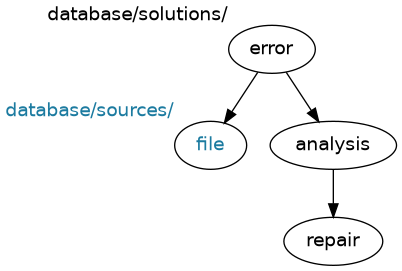
The Graphviz diagram docs/graphs/datamodel.dot.png in Digital-Preservation-Finland/knowledge-base, before a commit. Its source is kept beside it as docs/graphs/datamodel.dot.
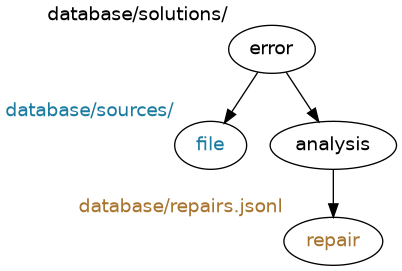
The same diagram one commit later.

Commit message:
Update data model image

Diff of the diagram source:
```diff
@@ -8,4 +8,5 @@
 
 	error [xlabel="database/solutions/"]
 	file [xlabel="database/sources/",fontcolor="#1c7ba0"]
+	repair [xlabel="database/repairs.jsonl",fontcolor="#a8742f"]
 }
```
